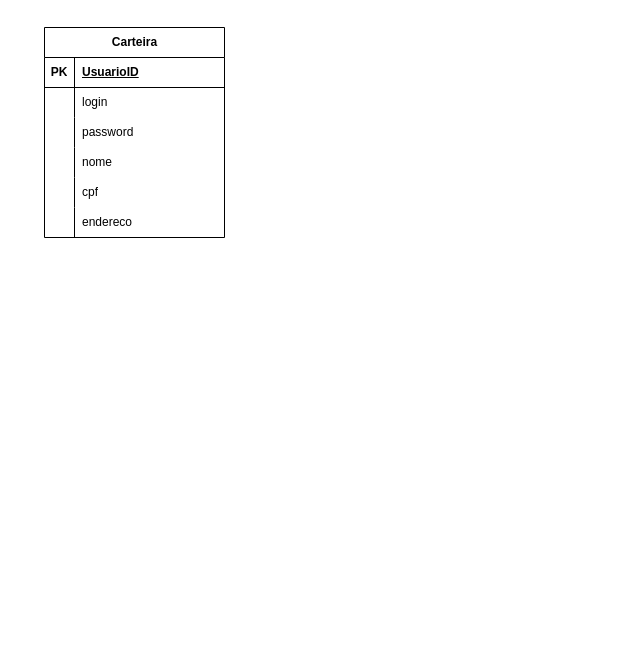
leonobrega18/Challenge_Infiniti keeps this draw.io diagram as Diagrama sem nome.drawio. Above is the earlier version. Source tidied: cells renumbered, new cells numbered last; positions are measured from the earlier drawing's top-left corner, leaving out a move shared by most shapes. Both pictures are drawn from the tidied source at 100%, with x=0, y=0 at pixel (44, 27).
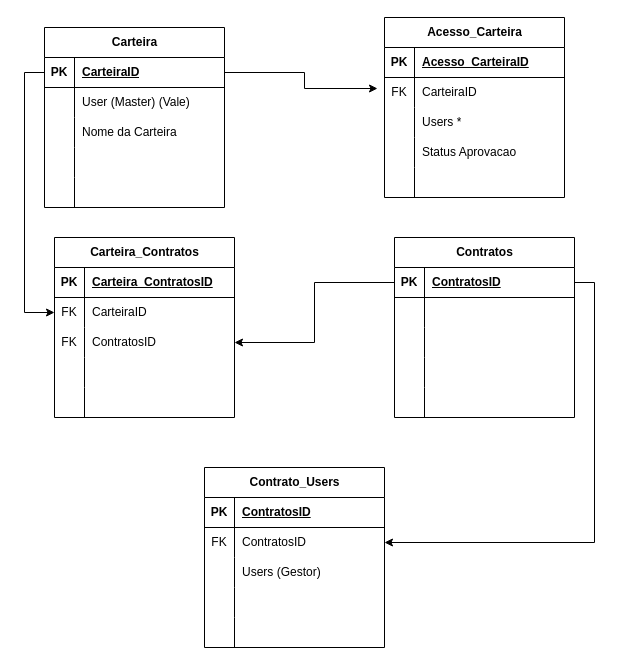
The same page after the edit.

Unchanged cells that the change refers to:
```xml
<mxCell id="3" style="shape=tableRow;horizontal=0;startSize=0;swimlaneHead=0;swimlaneBody=0;fillColor=none;top=0;left=0;right=0;bottom=1;" parent="2" vertex="1">
  <mxGeometry y="30" width="180" height="30" as="geometry" />
</mxCell>
<mxCell id="6" style="shape=tableRow;horizontal=0;startSize=0;swimlaneHead=0;swimlaneBody=0;fillColor=none;top=0;left=0;right=0;bottom=0;" parent="2" vertex="1">
  <mxGeometry y="60" width="180" height="30" as="geometry" />
</mxCell>
<mxCell id="9" style="shape=tableRow;horizontal=0;startSize=0;swimlaneHead=0;swimlaneBody=0;fillColor=none;top=0;left=0;right=0;bottom=0;" parent="2" vertex="1">
  <mxGeometry y="90" width="180" height="30" as="geometry" />
</mxCell>
<mxCell id="12" style="shape=tableRow;horizontal=0;startSize=0;swimlaneHead=0;swimlaneBody=0;fillColor=none;top=0;left=0;right=0;bottom=0;" parent="2" vertex="1">
  <mxGeometry y="120" width="180" height="30" as="geometry" />
</mxCell>
<mxCell id="15" style="shape=tableRow;horizontal=0;startSize=0;swimlaneHead=0;swimlaneBody=0;fillColor=none;top=0;left=0;right=0;bottom=0;" parent="2" vertex="1">
  <mxGeometry y="150" width="180" height="30" as="geometry" />
</mxCell>
```

Change to the diagram source:
```diff
@@
     <mxCell id="2" value="Carteira" style="shape=table;startSize=30;childLayout=tableLayout;rowLines=0;fontStyle=1;align=center;html=1;" parent="1" vertex="1">
-      <mxGeometry width="180" height="210" as="geometry" />
+      <mxGeometry width="180" height="180" as="geometry" />
     </mxCell>
@@
-    <mxCell id="5" value="UsuarioID" style="shape=partialRectangle;fillColor=none;top=0;left=0;bottom=0;right=0;align=left;spacingLeft=6;fontStyle=5;overflow=hidden;whiteSpace=wrap;html=1;" parent="3" vertex="1">
+    <mxCell id="5" value="CarteiraID" style="shape=partialRectangle;fillColor=none;top=0;left=0;bottom=0;right=0;align=left;spacingLeft=6;fontStyle=5;overflow=hidden;whiteSpace=wrap;html=1;" parent="3" vertex="1">
       <mxGeometry x="30" width="150" height="30" as="geometry" />
     </mxCell>
@@
-    <mxCell id="8" value="login" style="shape=partialRectangle;fillColor=none;top=0;left=0;bottom=0;right=0;align=left;spacingLeft=6;overflow=hidden;whiteSpace=wrap;html=1;" parent="6" vertex="1">
+    <mxCell id="8" value="User (Master) (Vale)" style="shape=partialRectangle;fillColor=none;top=0;left=0;bottom=0;right=0;align=left;spacingLeft=6;overflow=hidden;whiteSpace=wrap;html=1;" parent="6" vertex="1">
       <mxGeometry x="30" width="150" height="30" as="geometry" />
     </mxCell>
@@
-    <mxCell id="11" value="password" style="shape=partialRectangle;fillColor=none;top=0;left=0;bottom=0;right=0;align=left;spacingLeft=6;overflow=hidden;whiteSpace=wrap;html=1;" parent="9" vertex="1">
+    <mxCell id="11" value="Nome da Carteira" style="shape=partialRectangle;fillColor=none;top=0;left=0;bottom=0;right=0;align=left;spacingLeft=6;overflow=hidden;whiteSpace=wrap;html=1;" parent="9" vertex="1">
       <mxGeometry x="30" width="150" height="30" as="geometry" />
     </mxCell>
@@
-    <mxCell id="14" value="nome" style="shape=partialRectangle;fillColor=none;top=0;left=0;bottom=0;right=0;align=left;spacingLeft=6;overflow=hidden;whiteSpace=wrap;html=1;" parent="12" vertex="1">
+    <mxCell id="14" style="shape=partialRectangle;fillColor=none;top=0;left=0;bottom=0;right=0;align=left;spacingLeft=6;overflow=hidden;whiteSpace=wrap;html=1;" parent="12" vertex="1">
       <mxGeometry x="30" width="150" height="30" as="geometry" />
     </mxCell>
@@
-    <mxCell id="17" value="cpf" style="shape=partialRectangle;fillColor=none;top=0;left=0;bottom=0;right=0;align=left;spacingLeft=6;overflow=hidden;whiteSpace=wrap;html=1;" parent="15" vertex="1">
+    <mxCell id="17" style="shape=partialRectangle;fillColor=none;top=0;left=0;bottom=0;right=0;align=left;spacingLeft=6;overflow=hidden;whiteSpace=wrap;html=1;" parent="15" vertex="1">
       <mxGeometry x="30" width="150" height="30" as="geometry" />
     </mxCell>
-    <mxCell id="18" style="shape=tableRow;horizontal=0;startSize=0;swimlaneHead=0;swimlaneBody=0;fillColor=none;top=0;left=0;right=0;bottom=0;" parent="2" vertex="1">
-      <mxGeometry y="180" width="180" height="30" as="geometry" />
-    </mxCell>
-    <mxCell id="19" style="shape=partialRectangle;fillColor=none;top=0;left=0;bottom=0;right=0;overflow=hidden;whiteSpace=wrap;html=1;" parent="18" vertex="1">
-      <mxGeometry width="30" height="30" as="geometry" />
-    </mxCell>
-    <mxCell id="20" value="endereco" style="shape=partialRectangle;fillColor=none;top=0;left=0;bottom=0;right=0;align=left;spacingLeft=6;overflow=hidden;whiteSpace=wrap;html=1;" parent="18" vertex="1">
-      <mxGeometry x="30" width="150" height="30" as="geometry" />
-    </mxCell>
+    <mxCell id="21" value="Acesso_Carteira" style="shape=table;startSize=30;childLayout=tableLayout;rowLines=0;fontStyle=1;align=center;html=1;" parent="1" vertex="1">
+      <mxGeometry x="340" y="-10" width="180" height="180" as="geometry" />
+    </mxCell>
+    <mxCell id="22" style="shape=tableRow;horizontal=0;startSize=0;swimlaneHead=0;swimlaneBody=0;fillColor=none;top=0;left=0;right=0;bottom=1;" parent="21" vertex="1">
+      <mxGeometry y="30" width="180" height="30" as="geometry" />
+    </mxCell>
+    <mxCell id="23" value="PK" style="shape=partialRectangle;fillColor=none;top=0;left=0;bottom=0;right=0;fontStyle=1;overflow=hidden;whiteSpace=wrap;html=1;" parent="22" vertex="1">
+      <mxGeometry width="30" height="30" as="geometry" />
+    </mxCell>
+    <mxCell id="24" value="Acesso_CarteiraID" style="shape=partialRectangle;fillColor=none;top=0;left=0;bottom=0;right=0;align=left;spacingLeft=6;fontStyle=5;overflow=hidden;whiteSpace=wrap;html=1;" parent="22" vertex="1">
+      <mxGeometry x="30" width="150" height="30" as="geometry" />
+    </mxCell>
+    <mxCell id="25" style="shape=tableRow;horizontal=0;startSize=0;swimlaneHead=0;swimlaneBody=0;fillColor=none;points=[[0,0.5],[1,0.5]];portConstraint=eastwest;top=0;left=0;right=0;bottom=0;" parent="21" vertex="1">
+      <mxGeometry y="60" width="180" height="30" as="geometry" />
+    </mxCell>
+    <mxCell id="26" value="FK" style="shape=partialRectangle;fillColor=none;top=0;left=0;bottom=0;right=0;overflow=hidden;whiteSpace=wrap;html=1;" parent="25" vertex="1">
+      <mxGeometry width="30" height="30" as="geometry" />
+    </mxCell>
+    <mxCell id="27" value="CarteiraID" style="shape=partialRectangle;fillColor=none;top=0;left=0;bottom=0;right=0;align=left;spacingLeft=6;overflow=hidden;whiteSpace=wrap;html=1;" parent="25" vertex="1">
+      <mxGeometry x="30" width="150" height="30" as="geometry" />
+    </mxCell>
+    <mxCell id="28" style="shape=tableRow;horizontal=0;startSize=0;swimlaneHead=0;swimlaneBody=0;fillColor=none;top=0;left=0;right=0;bottom=0;" parent="21" vertex="1">
+      <mxGeometry y="90" width="180" height="30" as="geometry" />
+    </mxCell>
+    <mxCell id="29" style="shape=partialRectangle;fillColor=none;top=0;left=0;bottom=0;right=0;overflow=hidden;whiteSpace=wrap;html=1;" parent="28" vertex="1">
+      <mxGeometry width="30" height="30" as="geometry" />
+    </mxCell>
+    <mxCell id="30" value="Users *" style="shape=partialRectangle;fillColor=none;top=0;left=0;bottom=0;right=0;align=left;spacingLeft=6;overflow=hidden;whiteSpace=wrap;html=1;" parent="28" vertex="1">
+      <mxGeometry x="30" width="150" height="30" as="geometry" />
+    </mxCell>
+    <mxCell id="31" style="shape=tableRow;horizontal=0;startSize=0;swimlaneHead=0;swimlaneBody=0;fillColor=none;top=0;left=0;right=0;bottom=0;" parent="21" vertex="1">
+      <mxGeometry y="120" width="180" height="30" as="geometry" />
+    </mxCell>
+    <mxCell id="32" style="shape=partialRectangle;fillColor=none;top=0;left=0;bottom=0;right=0;overflow=hidden;whiteSpace=wrap;html=1;" parent="31" vertex="1">
+      <mxGeometry width="30" height="30" as="geometry" />
+    </mxCell>
+    <mxCell id="33" value="Status Aprovacao" style="shape=partialRectangle;fillColor=none;top=0;left=0;bottom=0;right=0;align=left;spacingLeft=6;overflow=hidden;whiteSpace=wrap;html=1;" parent="31" vertex="1">
+      <mxGeometry x="30" width="150" height="30" as="geometry" />
+    </mxCell>
+    <mxCell id="34" style="shape=tableRow;horizontal=0;startSize=0;swimlaneHead=0;swimlaneBody=0;fillColor=none;top=0;left=0;right=0;bottom=0;" parent="21" vertex="1">
+      <mxGeometry y="150" width="180" height="30" as="geometry" />
+    </mxCell>
+    <mxCell id="35" style="shape=partialRectangle;fillColor=none;top=0;left=0;bottom=0;right=0;overflow=hidden;whiteSpace=wrap;html=1;" parent="34" vertex="1">
+      <mxGeometry width="30" height="30" as="geometry" />
+    </mxCell>
+    <mxCell id="36" style="shape=partialRectangle;fillColor=none;top=0;left=0;bottom=0;right=0;align=left;spacingLeft=6;overflow=hidden;whiteSpace=wrap;html=1;" parent="34" vertex="1">
+      <mxGeometry x="30" width="150" height="30" as="geometry" />
+    </mxCell>
+    <mxCell id="37" value="Carteira_Contratos" style="shape=table;startSize=30;childLayout=tableLayout;rowLines=0;fontStyle=1;align=center;html=1;" parent="1" vertex="1">
+      <mxGeometry x="10" y="210" width="180" height="180" as="geometry" />
+    </mxCell>
+    <mxCell id="38" style="shape=tableRow;horizontal=0;startSize=0;swimlaneHead=0;swimlaneBody=0;fillColor=none;top=0;left=0;right=0;bottom=1;" parent="37" vertex="1">
+      <mxGeometry y="30" width="180" height="30" as="geometry" />
+    </mxCell>
+    <mxCell id="39" value="PK" style="shape=partialRectangle;fillColor=none;top=0;left=0;bottom=0;right=0;fontStyle=1;overflow=hidden;whiteSpace=wrap;html=1;" parent="38" vertex="1">
+      <mxGeometry width="30" height="30" as="geometry" />
+    </mxCell>
+    <mxCell id="40" value="Carteira_ContratosID" style="shape=partialRectangle;fillColor=none;top=0;left=0;bottom=0;right=0;align=left;spacingLeft=6;fontStyle=5;overflow=hidden;whiteSpace=wrap;html=1;" parent="38" vertex="1">
+      <mxGeometry x="30" width="150" height="30" as="geometry" />
+    </mxCell>
+    <mxCell id="41" style="shape=tableRow;horizontal=0;startSize=0;swimlaneHead=0;swimlaneBody=0;fillColor=none;points=[[0,0.5],[1,0.5]];portConstraint=eastwest;top=0;left=0;right=0;bottom=0;" parent="37" vertex="1">
+      <mxGeometry y="60" width="180" height="30" as="geometry" />
+    </mxCell>
+    <mxCell id="42" value="FK" style="shape=partialRectangle;fillColor=none;top=0;left=0;bottom=0;right=0;overflow=hidden;whiteSpace=wrap;html=1;" parent="41" vertex="1">
+      <mxGeometry width="30" height="30" as="geometry" />
+    </mxCell>
+    <mxCell id="43" value="CarteiraID" style="shape=partialRectangle;fillColor=none;top=0;left=0;bottom=0;right=0;align=left;spacingLeft=6;overflow=hidden;whiteSpace=wrap;html=1;" parent="41" vertex="1">
+      <mxGeometry x="30" width="150" height="30" as="geometry" />
+    </mxCell>
+    <mxCell id="44" style="shape=tableRow;horizontal=0;startSize=0;swimlaneHead=0;swimlaneBody=0;fillColor=none;points=[[0,0.5],[1,0.5]];portConstraint=eastwest;top=0;left=0;right=0;bottom=0;" parent="37" vertex="1">
+      <mxGeometry y="90" width="180" height="30" as="geometry" />
+    </mxCell>
+    <mxCell id="45" value="FK" style="shape=partialRectangle;fillColor=none;top=0;left=0;bottom=0;right=0;overflow=hidden;whiteSpace=wrap;html=1;" parent="44" vertex="1">
+      <mxGeometry width="30" height="30" as="geometry" />
+    </mxCell>
+    <mxCell id="46" value="ContratosID" style="shape=partialRectangle;fillColor=none;top=0;left=0;bottom=0;right=0;align=left;spacingLeft=6;overflow=hidden;whiteSpace=wrap;html=1;" parent="44" vertex="1">
+      <mxGeometry x="30" width="150" height="30" as="geometry" />
+    </mxCell>
+    <mxCell id="47" style="shape=tableRow;horizontal=0;startSize=0;swimlaneHead=0;swimlaneBody=0;fillColor=none;top=0;left=0;right=0;bottom=0;" parent="37" vertex="1">
+      <mxGeometry y="120" width="180" height="30" as="geometry" />
+    </mxCell>
+    <mxCell id="48" style="shape=partialRectangle;fillColor=none;top=0;left=0;bottom=0;right=0;overflow=hidden;whiteSpace=wrap;html=1;" parent="47" vertex="1">
+      <mxGeometry width="30" height="30" as="geometry" />
+    </mxCell>
+    <mxCell id="49" style="shape=partialRectangle;fillColor=none;top=0;left=0;bottom=0;right=0;align=left;spacingLeft=6;overflow=hidden;whiteSpace=wrap;html=1;" parent="47" vertex="1">
+      <mxGeometry x="30" width="150" height="30" as="geometry" />
+    </mxCell>
+    <mxCell id="50" style="shape=tableRow;horizontal=0;startSize=0;swimlaneHead=0;swimlaneBody=0;fillColor=none;top=0;left=0;right=0;bottom=0;" parent="37" vertex="1">
+      <mxGeometry y="150" width="180" height="30" as="geometry" />
+    </mxCell>
+    <mxCell id="51" style="shape=partialRectangle;fillColor=none;top=0;left=0;bottom=0;right=0;overflow=hidden;whiteSpace=wrap;html=1;" parent="50" vertex="1">
+      <mxGeometry width="30" height="30" as="geometry" />
+    </mxCell>
+    <mxCell id="52" style="shape=partialRectangle;fillColor=none;top=0;left=0;bottom=0;right=0;align=left;spacingLeft=6;overflow=hidden;whiteSpace=wrap;html=1;" parent="50" vertex="1">
+      <mxGeometry x="30" width="150" height="30" as="geometry" />
+    </mxCell>
+    <mxCell id="53" value="Contratos" style="shape=table;startSize=30;childLayout=tableLayout;rowLines=0;fontStyle=1;align=center;html=1;" parent="1" vertex="1">
+      <mxGeometry x="350" y="210" width="180" height="180" as="geometry" />
+    </mxCell>
+    <mxCell id="54" style="shape=tableRow;horizontal=0;startSize=0;swimlaneHead=0;swimlaneBody=0;fillColor=none;points=[[0,0.5],[1,0.5]];portConstraint=eastwest;top=0;left=0;right=0;bottom=1;" parent="53" vertex="1">
+      <mxGeometry y="30" width="180" height="30" as="geometry" />
+    </mxCell>
+    <mxCell id="55" value="PK" style="shape=partialRectangle;fillColor=none;top=0;left=0;bottom=0;right=0;fontStyle=1;overflow=hidden;whiteSpace=wrap;html=1;" parent="54" vertex="1">
+      <mxGeometry width="30" height="30" as="geometry" />
+    </mxCell>
+    <mxCell id="56" value="ContratosID" style="shape=partialRectangle;fillColor=none;top=0;left=0;bottom=0;right=0;align=left;spacingLeft=6;fontStyle=5;overflow=hidden;whiteSpace=wrap;html=1;" parent="54" vertex="1">
+      <mxGeometry x="30" width="150" height="30" as="geometry" />
+    </mxCell>
+    <mxCell id="57" style="shape=tableRow;horizontal=0;startSize=0;swimlaneHead=0;swimlaneBody=0;fillColor=none;top=0;left=0;right=0;bottom=0;" parent="53" vertex="1">
+      <mxGeometry y="60" width="180" height="30" as="geometry" />
+    </mxCell>
+    <mxCell id="58" style="shape=partialRectangle;fillColor=none;top=0;left=0;bottom=0;right=0;overflow=hidden;whiteSpace=wrap;html=1;" parent="57" vertex="1">
+      <mxGeometry width="30" height="30" as="geometry" />
+    </mxCell>
+    <mxCell id="59" style="shape=partialRectangle;fillColor=none;top=0;left=0;bottom=0;right=0;align=left;spacingLeft=6;overflow=hidden;whiteSpace=wrap;html=1;" parent="57" vertex="1">
+      <mxGeometry x="30" width="150" height="30" as="geometry" />
+    </mxCell>
+    <mxCell id="60" style="shape=tableRow;horizontal=0;startSize=0;swimlaneHead=0;swimlaneBody=0;fillColor=none;top=0;left=0;right=0;bottom=0;" parent="53" vertex="1">
+      <mxGeometry y="90" width="180" height="30" as="geometry" />
+    </mxCell>
+    <mxCell id="61" style="shape=partialRectangle;fillColor=none;top=0;left=0;bottom=0;right=0;overflow=hidden;whiteSpace=wrap;html=1;" parent="60" vertex="1">
+      <mxGeometry width="30" height="30" as="geometry" />
+    </mxCell>
+    <mxCell id="62" style="shape=partialRectangle;fillColor=none;top=0;left=0;bottom=0;right=0;align=left;spacingLeft=6;overflow=hidden;whiteSpace=wrap;html=1;" parent="60" vertex="1">
+      <mxGeometry x="30" width="150" height="30" as="geometry" />
+    </mxCell>
+    <mxCell id="63" style="shape=tableRow;horizontal=0;startSize=0;swimlaneHead=0;swimlaneBody=0;fillColor=none;top=0;left=0;right=0;bottom=0;" parent="53" vertex="1">
+      <mxGeometry y="120" width="180" height="30" as="geometry" />
+    </mxCell>
+    <mxCell id="64" style="shape=partialRectangle;fillColor=none;top=0;left=0;bottom=0;right=0;overflow=hidden;whiteSpace=wrap;html=1;" parent="63" vertex="1">
+      <mxGeometry width="30" height="30" as="geometry" />
+    </mxCell>
+    <mxCell id="65" style="shape=partialRectangle;fillColor=none;top=0;left=0;bottom=0;right=0;align=left;spacingLeft=6;overflow=hidden;whiteSpace=wrap;html=1;" parent="63" vertex="1">
+      <mxGeometry x="30" width="150" height="30" as="geometry" />
+    </mxCell>
+    <mxCell id="66" style="shape=tableRow;horizontal=0;startSize=0;swimlaneHead=0;swimlaneBody=0;fillColor=none;top=0;left=0;right=0;bottom=0;" parent="53" vertex="1">
+      <mxGeometry y="150" width="180" height="30" as="geometry" />
+    </mxCell>
+    <mxCell id="67" style="shape=partialRectangle;fillColor=none;top=0;left=0;bottom=0;right=0;overflow=hidden;whiteSpace=wrap;html=1;" parent="66" vertex="1">
+      <mxGeometry width="30" height="30" as="geometry" />
+    </mxCell>
+    <mxCell id="68" style="shape=partialRectangle;fillColor=none;top=0;left=0;bottom=0;right=0;align=left;spacingLeft=6;overflow=hidden;whiteSpace=wrap;html=1;" parent="66" vertex="1">
+      <mxGeometry x="30" width="150" height="30" as="geometry" />
+    </mxCell>
+    <mxCell id="69" style="edgeStyle=orthogonalEdgeStyle;rounded=0;jettySize=auto;html=1;exitX=0;exitY=0.25;exitDx=0;exitDy=0;entryX=0;entryY=0.5;entryDx=0;entryDy=0;" parent="1" edge="1" source="2" target="41">
+      <mxGeometry relative="1" as="geometry" />
+    </mxCell>
+    <mxCell id="70" style="edgeStyle=orthogonalEdgeStyle;rounded=0;jettySize=auto;html=1;exitX=0;exitY=0.5;exitDx=0;exitDy=0;entryX=1;entryY=0.5;entryDx=0;entryDy=0;" parent="1" edge="1" source="54" target="44">
+      <mxGeometry relative="1" as="geometry" />
+    </mxCell>
+    <mxCell id="71" style="edgeStyle=orthogonalEdgeStyle;rounded=0;jettySize=auto;html=1;entryX=-0.039;entryY=0.367;entryDx=0;entryDy=0;entryPerimeter=0;exitX=1;exitY=0.25;exitDx=0;exitDy=0;" parent="1" edge="1" source="2" target="25">
+      <mxGeometry relative="1" as="geometry" />
+    </mxCell>
+    <mxCell id="72" value="Contrato_Users" style="shape=table;startSize=30;childLayout=tableLayout;rowLines=0;fontStyle=1;align=center;html=1;" parent="1" vertex="1">
+      <mxGeometry x="160" y="440" width="180" height="180" as="geometry" />
+    </mxCell>
+    <mxCell id="73" style="shape=tableRow;horizontal=0;startSize=0;swimlaneHead=0;swimlaneBody=0;fillColor=none;top=0;left=0;right=0;bottom=1;" parent="72" vertex="1">
+      <mxGeometry y="30" width="180" height="30" as="geometry" />
+    </mxCell>
+    <mxCell id="74" value="PK" style="shape=partialRectangle;fillColor=none;top=0;left=0;bottom=0;right=0;fontStyle=1;overflow=hidden;whiteSpace=wrap;html=1;" parent="73" vertex="1">
+      <mxGeometry width="30" height="30" as="geometry" />
+    </mxCell>
+    <mxCell id="75" value="ContratosID" style="shape=partialRectangle;fillColor=none;top=0;left=0;bottom=0;right=0;align=left;spacingLeft=6;fontStyle=5;overflow=hidden;whiteSpace=wrap;html=1;" parent="73" vertex="1">
+      <mxGeometry x="30" width="150" height="30" as="geometry" />
+    </mxCell>
+    <mxCell id="76" style="shape=tableRow;horizontal=0;startSize=0;swimlaneHead=0;swimlaneBody=0;fillColor=none;points=[[0,0.5],[1,0.5]];portConstraint=eastwest;top=0;left=0;right=0;bottom=0;" parent="72" vertex="1">
+      <mxGeometry y="60" width="180" height="30" as="geometry" />
+    </mxCell>
+    <mxCell id="77" value="FK" style="shape=partialRectangle;fillColor=none;top=0;left=0;bottom=0;right=0;overflow=hidden;whiteSpace=wrap;html=1;" parent="76" vertex="1">
+      <mxGeometry width="30" height="30" as="geometry" />
+    </mxCell>
+    <mxCell id="78" value="ContratosID" style="shape=partialRectangle;fillColor=none;top=0;left=0;bottom=0;right=0;align=left;spacingLeft=6;overflow=hidden;whiteSpace=wrap;html=1;" parent="76" vertex="1">
+      <mxGeometry x="30" width="150" height="30" as="geometry" />
+    </mxCell>
+    <mxCell id="79" style="shape=tableRow;horizontal=0;startSize=0;swimlaneHead=0;swimlaneBody=0;fillColor=none;top=0;left=0;right=0;bottom=0;" parent="72" vertex="1">
+      <mxGeometry y="90" width="180" height="30" as="geometry" />
+    </mxCell>
+    <mxCell id="80" style="shape=partialRectangle;fillColor=none;top=0;left=0;bottom=0;right=0;overflow=hidden;whiteSpace=wrap;html=1;" parent="79" vertex="1">
+      <mxGeometry width="30" height="30" as="geometry" />
+    </mxCell>
+    <mxCell id="81" value="Users (Gestor)" style="shape=partialRectangle;fillColor=none;top=0;left=0;bottom=0;right=0;align=left;spacingLeft=6;overflow=hidden;whiteSpace=wrap;html=1;" parent="79" vertex="1">
+      <mxGeometry x="30" width="150" height="30" as="geometry" />
+    </mxCell>
+    <mxCell id="82" style="shape=tableRow;horizontal=0;startSize=0;swimlaneHead=0;swimlaneBody=0;fillColor=none;top=0;left=0;right=0;bottom=0;" parent="72" vertex="1">
+      <mxGeometry y="120" width="180" height="30" as="geometry" />
+    </mxCell>
+    <mxCell id="83" style="shape=partialRectangle;fillColor=none;top=0;left=0;bottom=0;right=0;overflow=hidden;whiteSpace=wrap;html=1;" parent="82" vertex="1">
+      <mxGeometry width="30" height="30" as="geometry" />
+    </mxCell>
+    <mxCell id="84" style="shape=partialRectangle;fillColor=none;top=0;left=0;bottom=0;right=0;align=left;spacingLeft=6;overflow=hidden;whiteSpace=wrap;html=1;" parent="82" vertex="1">
+      <mxGeometry x="30" width="150" height="30" as="geometry" />
+    </mxCell>
+    <mxCell id="85" style="shape=tableRow;horizontal=0;startSize=0;swimlaneHead=0;swimlaneBody=0;fillColor=none;top=0;left=0;right=0;bottom=0;" parent="72" vertex="1">
+      <mxGeometry y="150" width="180" height="30" as="geometry" />
+    </mxCell>
+    <mxCell id="86" style="shape=partialRectangle;fillColor=none;top=0;left=0;bottom=0;right=0;overflow=hidden;whiteSpace=wrap;html=1;" parent="85" vertex="1">
+      <mxGeometry width="30" height="30" as="geometry" />
+    </mxCell>
+    <mxCell id="87" style="shape=partialRectangle;fillColor=none;top=0;left=0;bottom=0;right=0;align=left;spacingLeft=6;overflow=hidden;whiteSpace=wrap;html=1;" parent="85" vertex="1">
+      <mxGeometry x="30" width="150" height="30" as="geometry" />
+    </mxCell>
+    <mxCell id="88" style="edgeStyle=orthogonalEdgeStyle;rounded=0;jettySize=auto;html=1;exitX=1;exitY=0.5;exitDx=0;exitDy=0;entryX=1;entryY=0.5;entryDx=0;entryDy=0;" parent="1" edge="1" source="54" target="76">
+      <mxGeometry relative="1" as="geometry" />
+    </mxCell>
```
